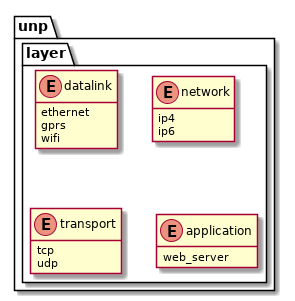
rodrigocanellas/tenacitas keeps this PlantUML diagram as code/remote/document/uml/unix_network_programming.png. Above is the earlier version.
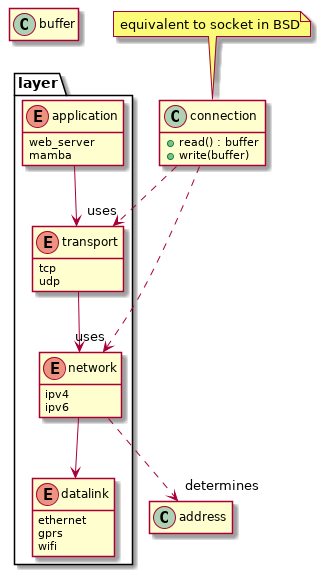
Later version of the same file.

What changed in the source:
```diff
@@ -2,25 +2,37 @@
 
 hide empty members
 
-package unp {
+package layer {
+    enum datalink {
+        ethernet
+        gprs
+        wifi
+    }
+    enum  network {
+        ipv4
+        ipv6
+    }
+    enum transport {
+        tcp
+        udp
+    }
+    enum application {
+        web_server
+        mamba
+    }
 
-    package layer {
-        enum datalink {
-            ethernet
-            gprs
-            wifi
-        }
-        enum  network {
-            ip4
-            ip6
-        }
-       enum transport {
-            tcp
-            udp
-        }
-        enum application {
-            web_server
-        }
+    application --> transport
+    transport --> network
+    network --> datalink
 }
+class buffer
+class connection {
+    + read() : buffer
+    + write(buffer)
+}
+note top of connection : equivalent to socket in BSD
 
-@endumlml
+connection ..> "uses" transport
+network ..> "determines" address
+connection ..> "uses" network
+@enduml
```
